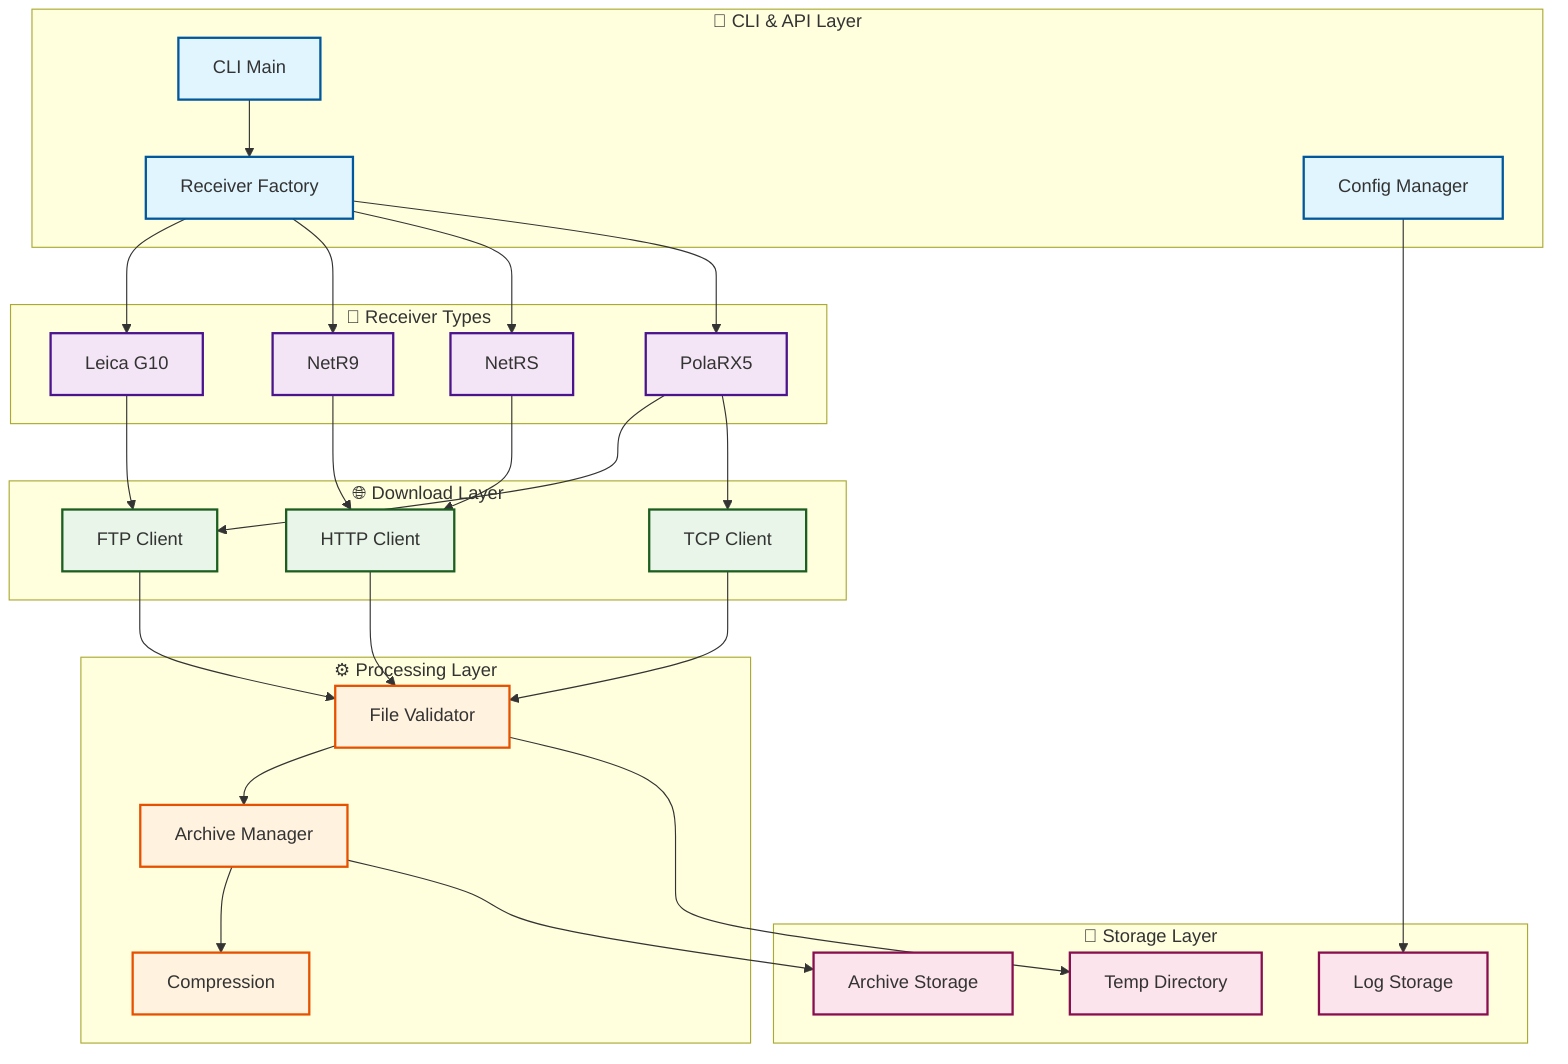
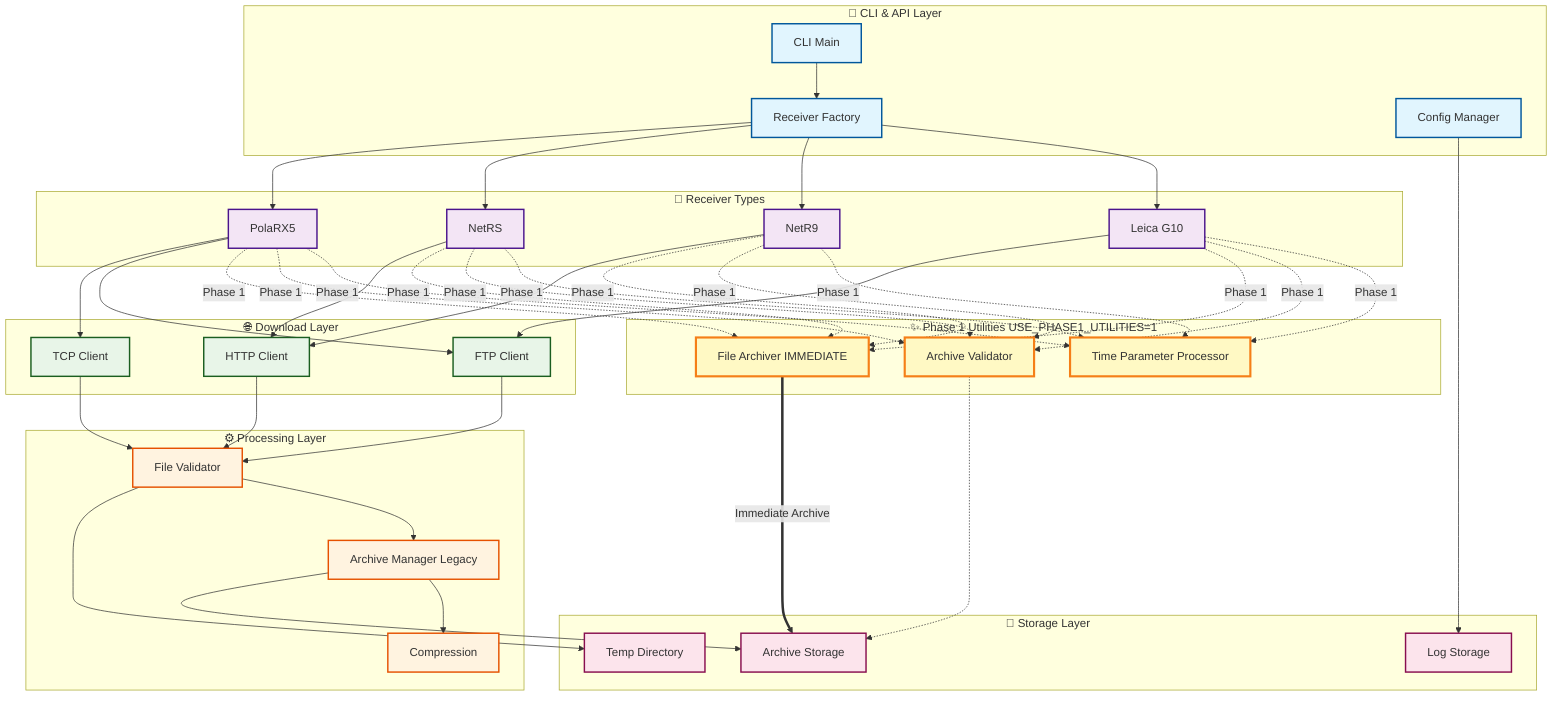
flowchart TD
    subgraph API["🎯 CLI & API Layer"]
        CLI[CLI Main]
        Factory[Receiver Factory]
        Config[Config Manager]
    end

    subgraph REC["🔧 Receiver Types"]
        Leica[Leica G10]
        NetR9[NetR9]
        NetRS[NetRS]
        PolaRX5[PolaRX5]
    end

    subgraph DL["🌐 Download Layer"]
        FTP[FTP Client]
        HTTP[HTTP Client]
        TCP[TCP Client]
    end

+     subgraph UTIL["✨ Phase 1 Utilities USE_PHASE1_UTILITIES=1"]
+         TimeProc[Time Parameter Processor]
+         ArchVal[Archive Validator]
+         FileArch[File Archiver IMMEDIATE]
+     end
+ 
    subgraph PROC["⚙️ Processing Layer"]
        Validation[File Validator]
-         Archive[Archive Manager]
+         Archive[Archive Manager Legacy]
        Compression[Compression]
    end

    subgraph STORE["💾 Storage Layer"]
        TempDir[Temp Directory]
        DataStore[Archive Storage]
        LogStore[Log Storage]
    end

    %% CLI to Factory
    CLI --> Factory

    %% Factory to Receivers
    Factory --> Leica
    Factory --> NetR9
    Factory --> NetRS
    Factory --> PolaRX5

+     %% Receivers use Phase 1 Utilities (when enabled)
+     Leica -.->|Phase 1| TimeProc
+     Leica -.->|Phase 1| ArchVal
+     Leica -.->|Phase 1| FileArch
+     NetR9 -.->|Phase 1| TimeProc
+     NetR9 -.->|Phase 1| ArchVal
+     NetR9 -.->|Phase 1| FileArch
+     NetRS -.->|Phase 1| TimeProc
+     NetRS -.->|Phase 1| ArchVal
+     NetRS -.->|Phase 1| FileArch
+     PolaRX5 -.->|Phase 1| TimeProc
+     PolaRX5 -.->|Phase 1| ArchVal
+     PolaRX5 -.->|Phase 1| FileArch
+ 
    %% Receivers to Download Clients
    Leica --> FTP
    NetR9 --> HTTP
    NetRS --> HTTP
    PolaRX5 --> FTP
    PolaRX5 --> TCP

    %% Download to Processing
    FTP --> Validation
    HTTP --> Validation
    TCP --> Validation

-     %% Processing Flow
+     %% Phase 1 Utilities to Storage
+     FileArch ==>|Immediate Archive| DataStore
+     ArchVal -.-> DataStore
+ 
+     %% Legacy Processing Flow
    Validation --> Archive
    Validation --> TempDir
    Archive --> Compression
    Archive --> DataStore

    %% Config to Logs
    Config --> LogStore

    %% Styling
    classDef apiStyle fill:#e1f5fe,stroke:#01579b,stroke-width:2px
    classDef recStyle fill:#f3e5f5,stroke:#4a148c,stroke-width:2px
    classDef dlStyle fill:#e8f5e8,stroke:#1b5e20,stroke-width:2px
+     classDef utilStyle fill:#fff9c4,stroke:#f57f17,stroke-width:3px
    classDef procStyle fill:#fff3e0,stroke:#e65100,stroke-width:2px
    classDef storeStyle fill:#fce4ec,stroke:#880e4f,stroke-width:2px

    class CLI,Factory,Config apiStyle
    class Leica,NetR9,NetRS,PolaRX5 recStyle
    class FTP,HTTP,TCP dlStyle
+     class TimeProc,ArchVal,FileArch utilStyle
    class Validation,Archive,Compression procStyle
    class TempDir,DataStore,LogStore storeStyle
